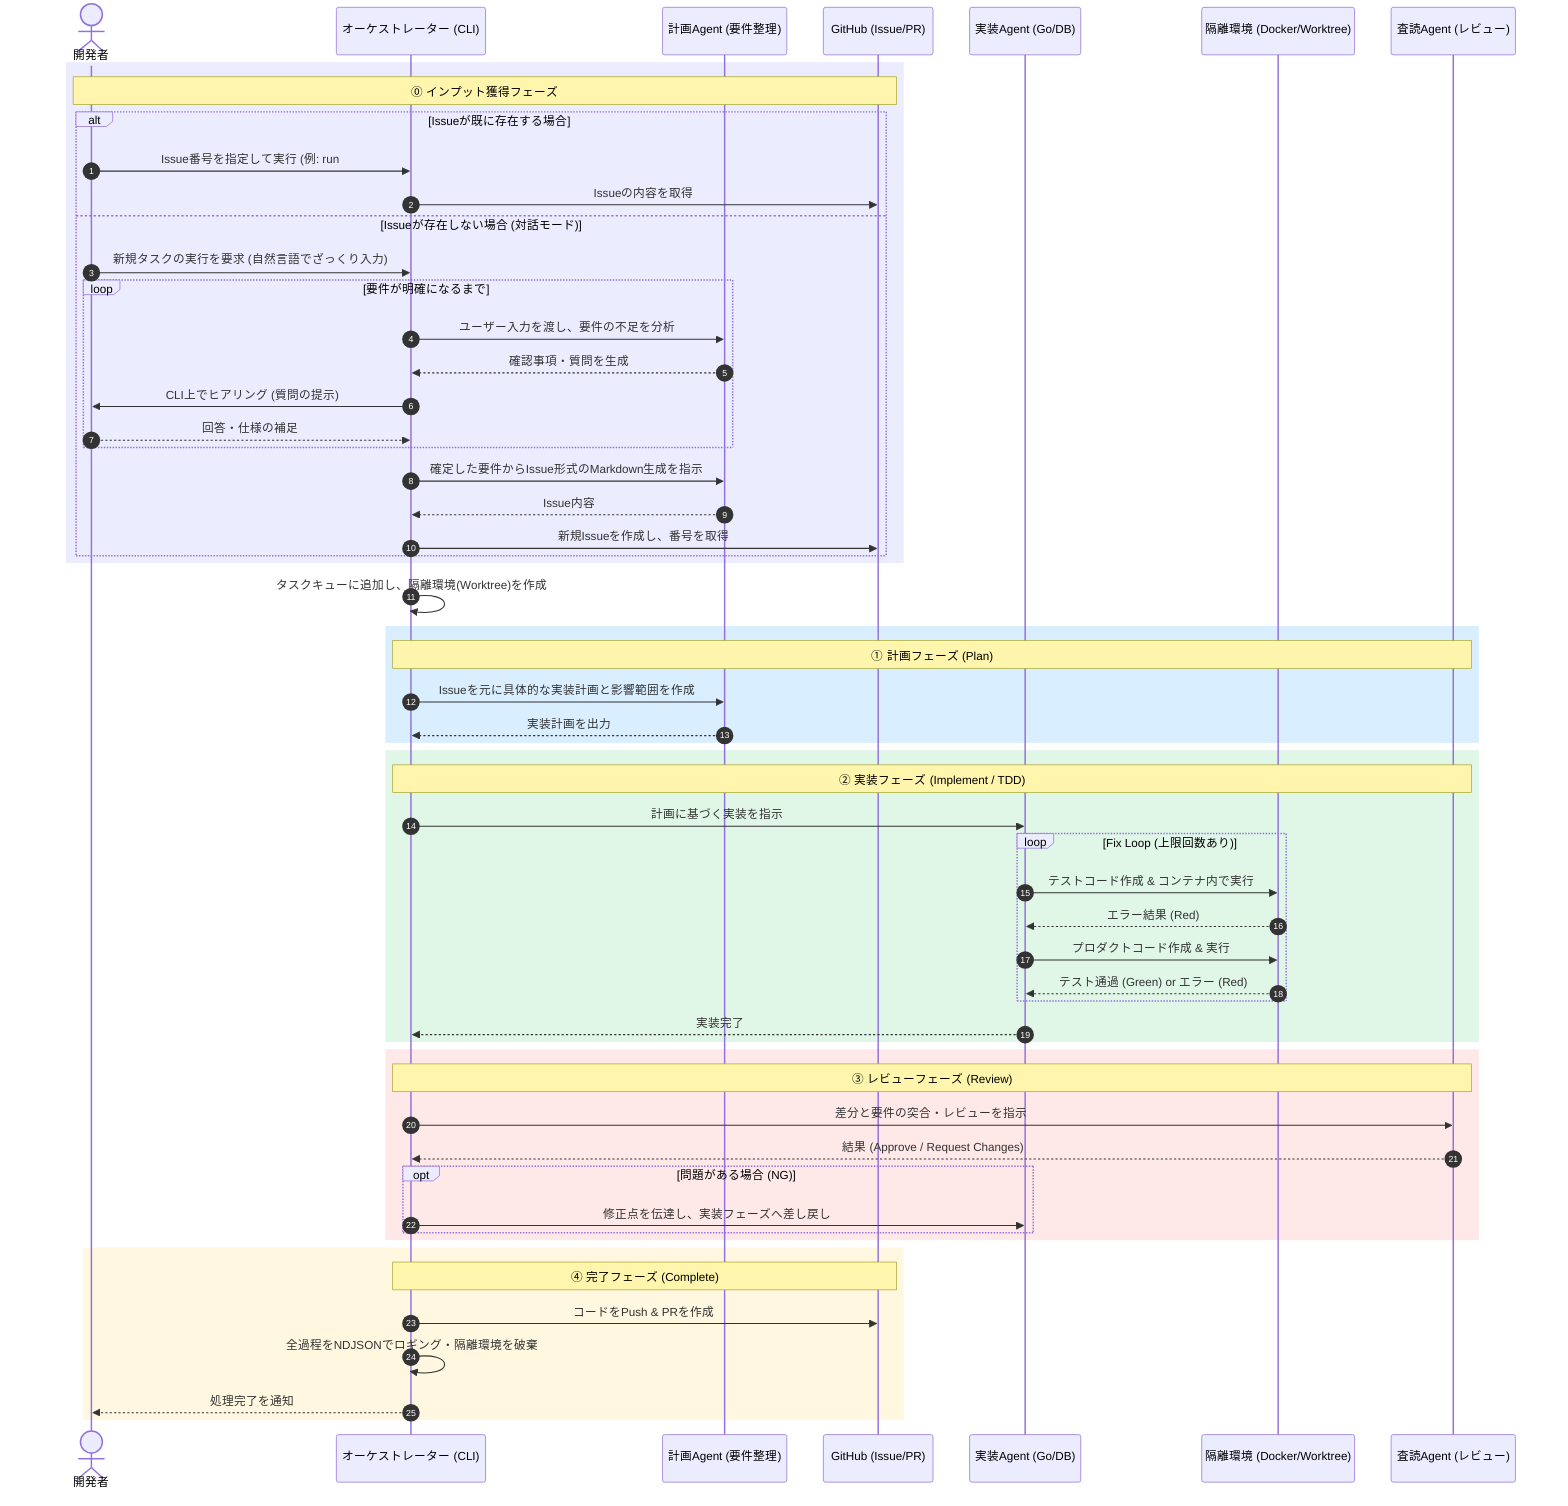
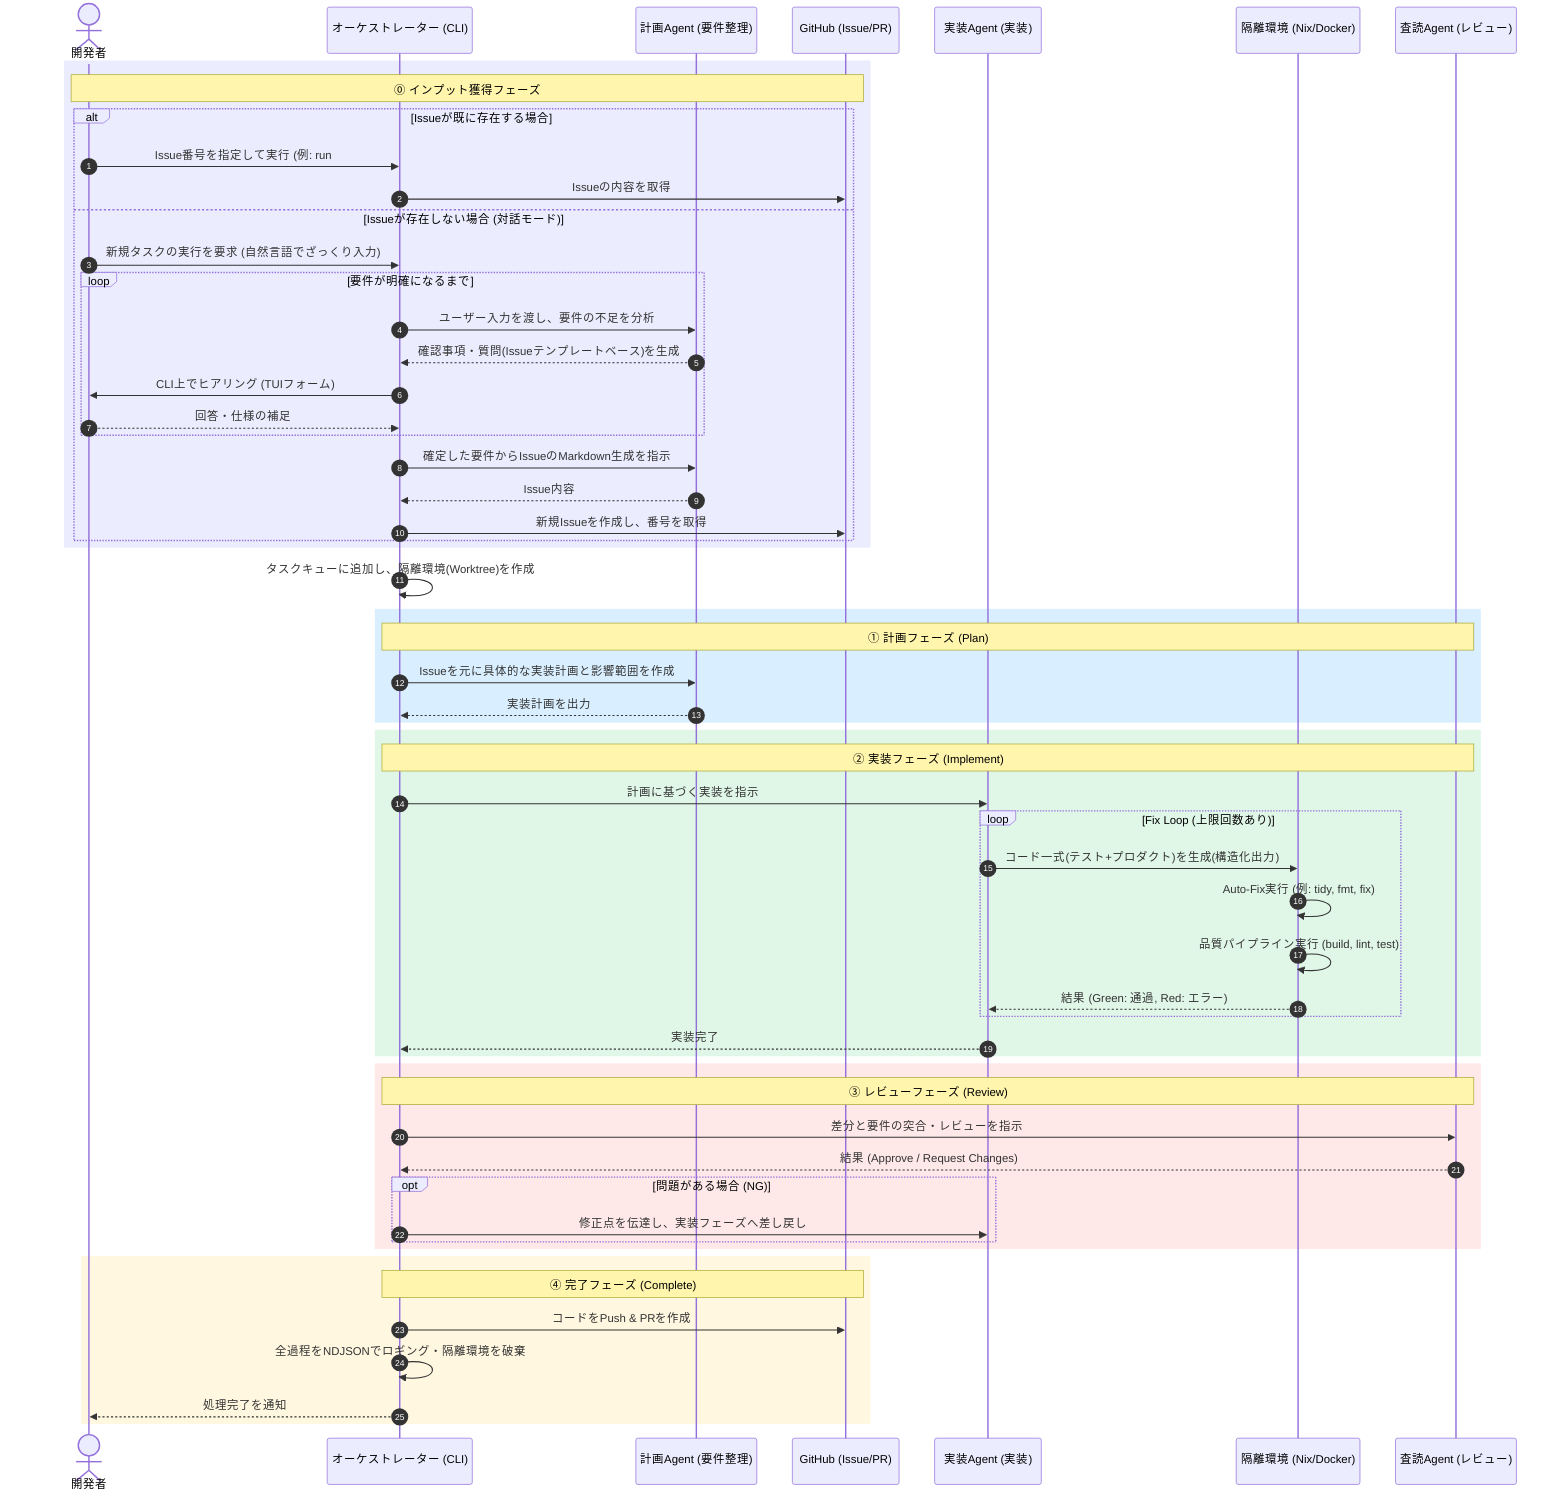
sequenceDiagram
    autonumber
    actor User as 開発者
    participant Conductor as オーケストレーター (CLI)
    participant Planner as 計画Agent (要件整理)
    participant GitHub as GitHub (Issue/PR)
-     participant Coder as 実装Agent (Go/DB)
-     participant Docker as 隔離環境 (Docker/Worktree)
+     participant Coder as 実装Agent (実装)
+     participant Executor as 隔離環境 (Nix/Docker)
    participant Reviewer as 査読Agent (レビュー)

    %% インプット獲得フェーズ (透明度の高い青紫)
    rect rgba(130, 130, 255, 0.15)
        Note over User, GitHub: ⓪ インプット獲得フェーズ
        alt Issueが既に存在する場合
            User->>Conductor: Issue番号を指定して実行 (例: run #12)
            Conductor->>GitHub: Issueの内容を取得
        else Issueが存在しない場合 (対話モード)
            User->>Conductor: 新規タスクの実行を要求 (自然言語でざっくり入力)
            loop 要件が明確になるまで
                Conductor->>Planner: ユーザー入力を渡し、要件の不足を分析
-                 Planner-->>Conductor: 確認事項・質問を生成
-                 Conductor->>User: CLI上でヒアリング (質問の提示)
+                 Planner-->>Conductor: 確認事項・質問(Issueテンプレートベース)を生成
+                 Conductor->>User: CLI上でヒアリング (TUIフォーム)
                User-->>Conductor: 回答・仕様の補足
            end
-             Conductor->>Planner: 確定した要件からIssue形式のMarkdown生成を指示
+             Conductor->>Planner: 確定した要件からIssueのMarkdown生成を指示
            Planner-->>Conductor: Issue内容
            Conductor->>GitHub: 新規Issueを作成し、番号を取得
        end
    end

    Conductor->>Conductor: タスクキューに追加し、隔離環境(Worktree)を作成

    %% 計画フェーズ (透明度の高い青)
    rect rgba(0, 150, 255, 0.15)
        Note over Conductor, Reviewer: ① 計画フェーズ (Plan)
        Conductor->>Planner: Issueを元に具体的な実装計画と影響範囲を作成
        Planner-->>Conductor: 実装計画を出力
    end

    %% 実装フェーズ (透明度の高い緑)
    rect rgba(50, 200, 100, 0.15)
-         Note over Conductor, Reviewer: ② 実装フェーズ (Implement / TDD)
+         Note over Conductor, Reviewer: ② 実装フェーズ (Implement)
        Conductor->>Coder: 計画に基づく実装を指示
        loop Fix Loop (上限回数あり)
-             Coder->>Docker: テストコード作成 & コンテナ内で実行
-             Docker-->>Coder: エラー結果 (Red)
-             Coder->>Docker: プロダクトコード作成 & 実行
-             Docker-->>Coder: テスト通過 (Green) or エラー (Red)
+             Coder->>Executor: コード一式(テスト+プロダクト)を生成(構造化出力)
+             Executor->>Executor: Auto-Fix実行 (例: tidy, fmt, fix)
+             Executor->>Executor: 品質パイプライン実行 (build, lint, test)
+             Executor-->>Coder: 結果 (Green: 通過, Red: エラー)
        end
        Coder-->>Conductor: 実装完了
    end

    %% レビューフェーズ (透明度の高い赤)
    rect rgba(255, 100, 100, 0.15)
        Note over Conductor, Reviewer: ③ レビューフェーズ (Review)
        Conductor->>Reviewer: 差分と要件の突合・レビューを指示
        Reviewer-->>Conductor: 結果 (Approve / Request Changes)
        opt 問題がある場合 (NG)
            Conductor->>Coder: 修正点を伝達し、実装フェーズへ差し戻し
        end
    end

    %% 完了フェーズ (透明度の高い黄色)
    rect rgba(255, 200, 50, 0.15)
        Note over Conductor, GitHub: ④ 完了フェーズ (Complete)
        Conductor->>GitHub: コードをPush & PRを作成
        Conductor->>Conductor: 全過程をNDJSONでロギング・隔離環境を破棄
        Conductor-->>User: 処理完了を通知
    end
